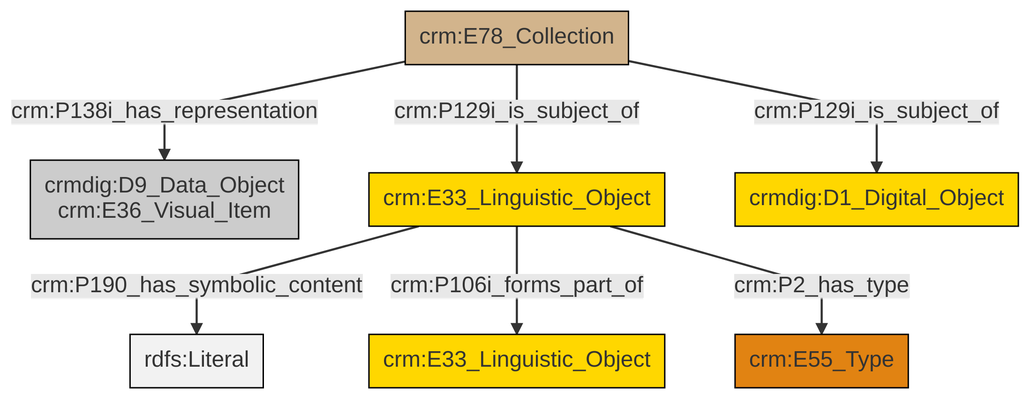
Before: et/archivalCSV/ttl/mmd/png/archival_docs.png, a diagram exported from Mermaid (swiss-art-research-net/docs.swissartresearch). Its source is kept beside it as et/archivalCSV/ttl/mmd/archival_docs.ttl.mmd.
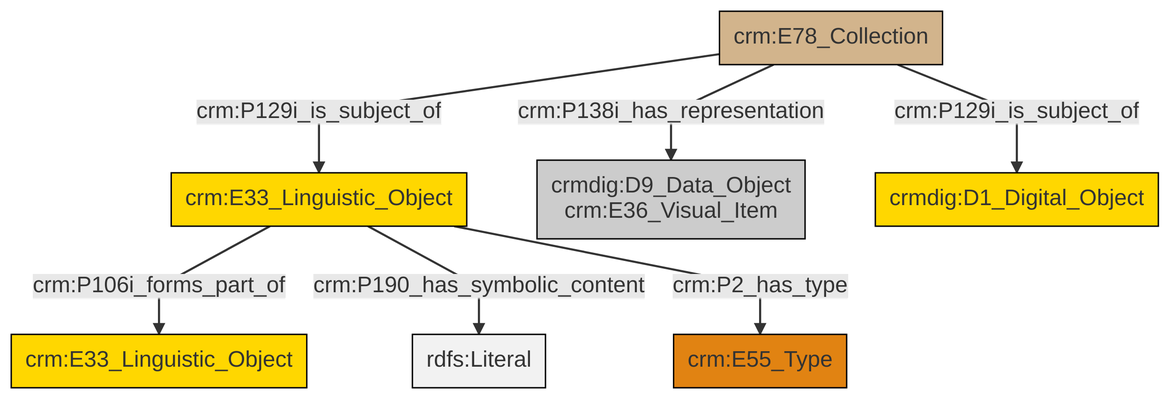
The same file after the commit.

Diff of the diagram source:
```diff
@@ -13,9 +13,9 @@
 classDef PC_Classes fill:#4ce600, stroke:#000000;
 classDef Multi fill:#cccccc,stroke:#000000;
 
-0["crm:E78_Collection"]:::Physical_Thing -->|crm:P129i_is_subject_of| 7["crmdig:D1_Digital_Object"]:::Conceptual_Object
-4["crm:E33_Linguistic_Object"]:::Conceptual_Object -->|crm:P190_has_symbolic_content| 8[rdfs:Literal]:::Literal
+0["crm:E78_Collection"]:::Physical_Thing -->|crm:P129i_is_subject_of| 1["crm:E33_Linguistic_Object"]:::Conceptual_Object
+0["crm:E78_Collection"]:::Physical_Thing -->|crm:P129i_is_subject_of| 4["crmdig:D1_Digital_Object"]:::Conceptual_Object
+1["crm:E33_Linguistic_Object"]:::Conceptual_Object -->|crm:P106i_forms_part_of| 12["crm:E33_Linguistic_Object"]:::Conceptual_Object
 0["crm:E78_Collection"]:::Physical_Thing -->|crm:P138i_has_representation| 2["crmdig:D9_Data_Object<br>crm:E36_Visual_Item"]:::Multi
-0["crm:E78_Collection"]:::Physical_Thing -->|crm:P129i_is_subject_of| 4["crm:E33_Linguistic_Object"]:::Conceptual_Object
-4["crm:E33_Linguistic_Object"]:::Conceptual_Object -->|crm:P106i_forms_part_of| 9["crm:E33_Linguistic_Object"]:::Conceptual_Object
-4["crm:E33_Linguistic_Object"]:::Conceptual_Object -->|crm:P2_has_type| 11["crm:E55_Type"]:::Type
+1["crm:E33_Linguistic_Object"]:::Conceptual_Object -->|crm:P190_has_symbolic_content| 14[rdfs:Literal]:::Literal
+1["crm:E33_Linguistic_Object"]:::Conceptual_Object -->|crm:P2_has_type| 5["crm:E55_Type"]:::Type
```
